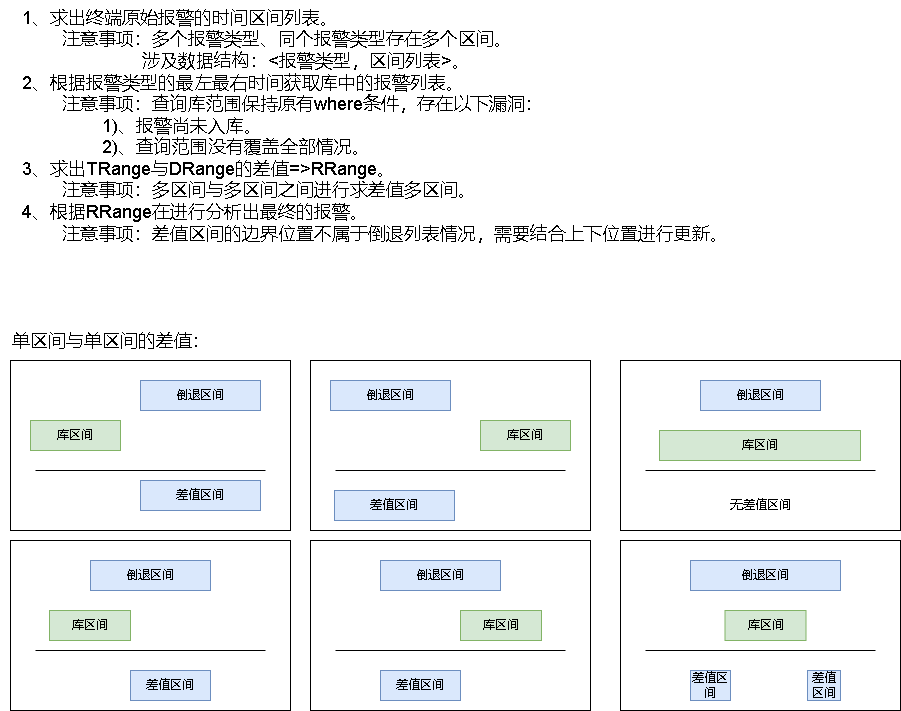
Above: 倒退位置分析终端报警.drawio.png in xktder/draw (draw.io), before the change. Source tidied: cells renumbered, new cells last; positions are measured from the earlier drawing's top-left corner, leaving out a move shared by most shapes.
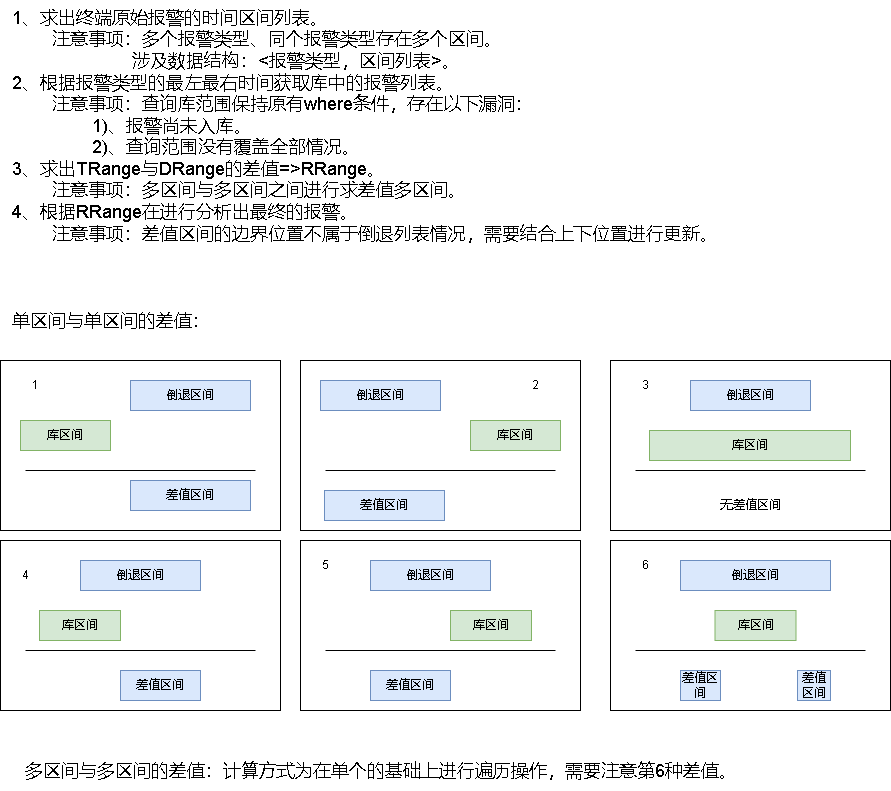
Above is the later version.

Commit message:
更新倒退位置分析终端报警.drawio.png

What changed in the source:
```diff
@@ -12,7 +12,7 @@
       <mxGeometry x="140" y="380" width="120" height="30" as="geometry" />
     </mxCell>
     <mxCell id="5" value="单区间与单区间的差值：" style="text;html=1;align=center;verticalAlign=middle;strokeColor=none;fillColor=none;fontSize=18;" parent="1" vertex="1">
-      <mxGeometry y="320" width="220" height="40" as="geometry" />
+      <mxGeometry x="10" y="300" width="220" height="40" as="geometry" />
     </mxCell>
     <mxCell id="6" value="库区间" style="rounded=0;whiteSpace=wrap;html=1;fillColor=#d5e8d4;strokeColor=#82b366;" parent="1" vertex="1">
       <mxGeometry x="30" y="420" width="90" height="30" as="geometry" />
@@ -119,5 +119,26 @@
     <mxCell id="34" value="差值区间" style="rounded=0;whiteSpace=wrap;html=1;fillColor=#dae8fc;strokeColor=#6c8ebf;" parent="1" vertex="1">
       <mxGeometry x="807" y="670" width="33" height="30" as="geometry" />
     </mxCell>
+    <mxCell id="35" value="多区间与多区间的差值：计算方式为在单个的基础上进行遍历操作，需要注意第6种差值。" style="text;html=1;align=center;verticalAlign=middle;strokeColor=none;fillColor=none;fontSize=18;" parent="1" vertex="1">
+      <mxGeometry x="20" y="750" width="740" height="40" as="geometry" />
+    </mxCell>
+    <mxCell id="36" value="1" style="text;html=1;align=center;verticalAlign=middle;strokeColor=none;fillColor=none;" parent="1" vertex="1">
+      <mxGeometry x="30" y="370" width="30" height="30" as="geometry" />
+    </mxCell>
+    <mxCell id="37" value="2" style="text;html=1;align=center;verticalAlign=middle;strokeColor=none;fillColor=none;" parent="1" vertex="1">
+      <mxGeometry x="530" y="370" width="30" height="30" as="geometry" />
+    </mxCell>
+    <mxCell id="38" value="3" style="text;html=1;align=center;verticalAlign=middle;strokeColor=none;fillColor=none;" parent="1" vertex="1">
+      <mxGeometry x="640" y="370" width="30" height="30" as="geometry" />
+    </mxCell>
+    <mxCell id="39" value="4" style="text;html=1;align=center;verticalAlign=middle;strokeColor=none;fillColor=none;" parent="1" vertex="1">
+      <mxGeometry x="20" y="560" width="30" height="30" as="geometry" />
+    </mxCell>
+    <mxCell id="40" value="5" style="text;html=1;align=center;verticalAlign=middle;strokeColor=none;fillColor=none;" parent="1" vertex="1">
+      <mxGeometry x="320" y="550" width="30" height="30" as="geometry" />
+    </mxCell>
+    <mxCell id="41" value="6" style="text;html=1;align=center;verticalAlign=middle;strokeColor=none;fillColor=none;" parent="1" vertex="1">
+      <mxGeometry x="640" y="550" width="30" height="30" as="geometry" />
+    </mxCell>
   </root>
 </mxGraphModel>
```
